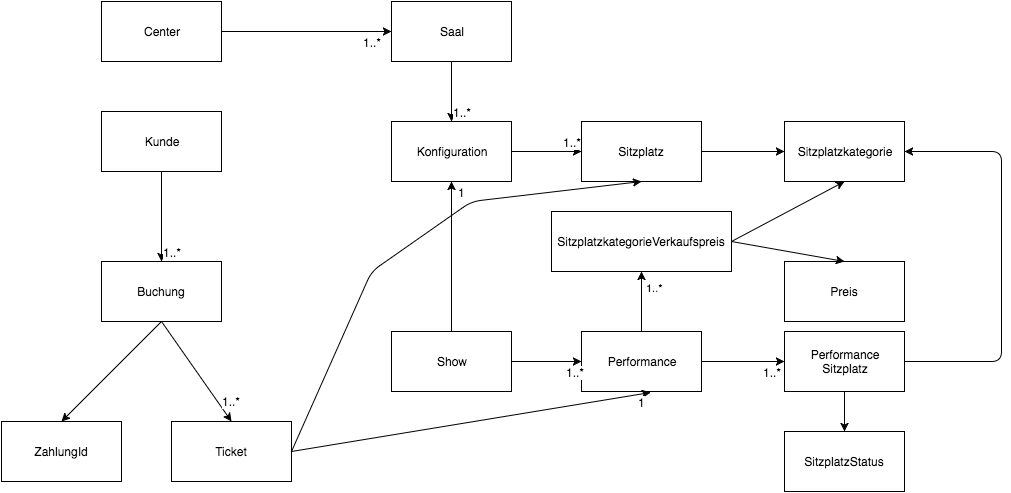
The draw.io diagram sad/src/docs/asciidoc/images/08_domainModel.png in ehmkah/cas_swa_sad, before a commit. Source tidied: cells renumbered, new cells last; positions are measured from the earlier drawing's top-left corner, leaving out a move shared by most shapes. The source it was exported from:
```xml
<mxGraphModel background="#ffffff">
  <root>
    <mxCell id="0" />
    <mxCell id="1" parent="0" />
    <mxCell id="2" value="Show" style="whiteSpace=wrap;html=1;" parent="1" vertex="1">
      <mxGeometry x="390" y="330" width="120" height="60" as="geometry" />
    </mxCell>
    <mxCell id="3" value="Performance" style="whiteSpace=wrap;html=1;" parent="1" vertex="1">
      <mxGeometry x="580" y="330" width="120" height="60" as="geometry" />
    </mxCell>
    <mxCell id="4" style="endArrow=classic;html=1;entryX=0;entryY=0.5;exitX=1;exitY=0.5;" parent="1" edge="1" source="2" target="3">
      <mxGeometry relative="1" as="geometry" />
    </mxCell>
    <mxCell id="5" value="1..*" style="text;html=1;align=center;verticalAlign=middle;labelBackgroundColor=#ffffff;" parent="4" vertex="1">
      <mxGeometry x="0.74" y="-4" relative="1" as="geometry">
        <mxPoint x="2" y="6" as="offset" />
      </mxGeometry>
    </mxCell>
    <mxCell id="6" value="Ticket" style="whiteSpace=wrap;html=1;" parent="1" vertex="1">
      <mxGeometry x="170" y="420" width="120" height="60" as="geometry" />
    </mxCell>
    <mxCell id="7" value="Kunde" style="whiteSpace=wrap;html=1;" parent="1" vertex="1">
      <mxGeometry x="100" y="110" width="120" height="60" as="geometry" />
    </mxCell>
    <mxCell id="8" value="Buchung" style="whiteSpace=wrap;html=1;" parent="1" vertex="1">
      <mxGeometry x="100" y="260" width="120" height="60" as="geometry" />
    </mxCell>
    <mxCell id="9" value="ZahlungId" style="whiteSpace=wrap;html=1;" parent="1" vertex="1">
      <mxGeometry y="420" width="120" height="60" as="geometry" />
    </mxCell>
    <mxCell id="10" value="Saal" style="whiteSpace=wrap;html=1;" parent="1" vertex="1">
      <mxGeometry x="390" width="120" height="60" as="geometry" />
    </mxCell>
    <mxCell id="11" value="Konfiguration" style="whiteSpace=wrap;html=1;" parent="1" vertex="1">
      <mxGeometry x="390" y="120" width="120" height="60" as="geometry" />
    </mxCell>
    <mxCell id="12" value="Sitzplatz" style="whiteSpace=wrap;html=1;" parent="1" vertex="1">
      <mxGeometry x="580" y="120" width="120" height="60" as="geometry" />
    </mxCell>
    <mxCell id="13" value="Preis" style="whiteSpace=wrap;html=1;" parent="1" vertex="1">
      <mxGeometry x="783" y="260" width="120" height="60" as="geometry" />
    </mxCell>
    <mxCell id="14" value="Performance&lt;div&gt;Sitzplatz&lt;/div&gt;" style="whiteSpace=wrap;html=1;" parent="1" vertex="1">
      <mxGeometry x="783" y="330" width="120" height="60" as="geometry" />
    </mxCell>
    <mxCell id="15" value="SitzplatzStatus" style="whiteSpace=wrap;html=1;" parent="1" vertex="1">
      <mxGeometry x="783" y="430" width="120" height="60" as="geometry" />
    </mxCell>
    <mxCell id="16" value="Sitzplatzkategorie" style="whiteSpace=wrap;html=1;" parent="1" vertex="1">
      <mxGeometry x="783" y="120" width="120" height="60" as="geometry" />
    </mxCell>
    <mxCell id="17" style="endArrow=classic;html=1;exitX=0.5;exitY=0;entryX=0.5;entryY=1;" parent="1" edge="1" source="2" target="11">
      <mxGeometry relative="1" as="geometry" />
    </mxCell>
    <mxCell id="18" value="1" style="text;html=1;align=center;verticalAlign=middle;labelBackgroundColor=#ffffff;" parent="17" vertex="1">
      <mxGeometry x="0.8" relative="1" as="geometry">
        <mxPoint x="10" y="-5" as="offset" />
      </mxGeometry>
    </mxCell>
    <mxCell id="19" style="endArrow=classic;html=1;entryX=0.5;entryY=0;exitX=0.5;exitY=1;" parent="1" edge="1" source="10" target="11">
      <mxGeometry relative="1" as="geometry" />
    </mxCell>
    <mxCell id="20" value="1..*" style="text;html=1;align=center;verticalAlign=middle;labelBackgroundColor=#ffffff;" parent="19" vertex="1">
      <mxGeometry x="0.6" relative="1" as="geometry">
        <mxPoint x="10" y="2" as="offset" />
      </mxGeometry>
    </mxCell>
    <mxCell id="21" value="Center" style="whiteSpace=wrap;html=1;" parent="1" vertex="1">
      <mxGeometry x="100" width="120" height="60" as="geometry" />
    </mxCell>
    <mxCell id="22" style="endArrow=classic;html=1;entryX=0;entryY=0.5;exitX=1;exitY=0.5;" parent="1" edge="1" source="21" target="10">
      <mxGeometry relative="1" as="geometry" />
    </mxCell>
    <mxCell id="23" value="1..*" style="text;html=1;align=center;verticalAlign=middle;labelBackgroundColor=#ffffff;" parent="22" vertex="1">
      <mxGeometry x="0.79" y="-2" relative="1" as="geometry">
        <mxPoint x="-2" y="8" as="offset" />
      </mxGeometry>
    </mxCell>
    <mxCell id="24" style="endArrow=classic;html=1;exitX=1;exitY=0.5;entryX=0;entryY=0.5;" parent="1" edge="1" source="11" target="12">
      <mxGeometry relative="1" as="geometry" />
    </mxCell>
    <mxCell id="25" value="1..*" style="text;html=1;align=center;verticalAlign=middle;labelBackgroundColor=#ffffff;" parent="24" vertex="1">
      <mxGeometry x="0.74" y="1" relative="1" as="geometry">
        <mxPoint x="-1" y="-9" as="offset" />
      </mxGeometry>
    </mxCell>
    <mxCell id="26" style="endArrow=classic;html=1;exitX=1;exitY=0.5;entryX=0;entryY=0.5;" parent="1" edge="1" source="12" target="16">
      <mxGeometry relative="1" as="geometry" />
    </mxCell>
    <mxCell id="27" style="endArrow=classic;html=1;entryX=0.5;entryY=0;exitX=0.5;exitY=1;" parent="1" edge="1" source="7" target="8">
      <mxGeometry relative="1" as="geometry" />
    </mxCell>
    <mxCell id="28" value="1..*" style="text;html=1;align=center;verticalAlign=middle;labelBackgroundColor=#ffffff;" parent="27" vertex="1">
      <mxGeometry x="0.78" y="2" relative="1" as="geometry">
        <mxPoint x="8" as="offset" />
      </mxGeometry>
    </mxCell>
    <mxCell id="29" style="endArrow=classic;html=1;entryX=0.5;entryY=0;exitX=0.5;exitY=1;" parent="1" edge="1" source="8" target="6">
      <mxGeometry relative="1" as="geometry" />
    </mxCell>
    <mxCell id="30" value="1..*" style="text;html=1;align=center;verticalAlign=middle;labelBackgroundColor=#ffffff;" parent="29" vertex="1">
      <mxGeometry x="0.51" y="1" relative="1" as="geometry">
        <mxPoint x="16" y="5" as="offset" />
      </mxGeometry>
    </mxCell>
    <mxCell id="31" style="endArrow=classic;html=1;exitX=0.5;exitY=1;entryX=0.5;entryY=0;" parent="1" edge="1" source="8" target="9">
      <mxGeometry relative="1" as="geometry" />
    </mxCell>
    <mxCell id="32" style="endArrow=classic;html=1;entryX=0.575;entryY=1.017;entryPerimeter=0;exitX=1;exitY=0.5;" parent="1" edge="1" source="6" target="3">
      <mxGeometry relative="1" as="geometry" />
    </mxCell>
    <mxCell id="33" value="1" style="text;html=1;align=center;verticalAlign=middle;labelBackgroundColor=#ffffff;" parent="32" vertex="1">
      <mxGeometry x="0.79" y="-1" relative="1" as="geometry">
        <mxPoint x="28" y="2" as="offset" />
      </mxGeometry>
    </mxCell>
    <mxCell id="34" style="endArrow=classic;html=1;exitX=0.5;exitY=1;entryX=0.5;entryY=0;" parent="1" edge="1" source="14" target="15">
      <mxGeometry relative="1" as="geometry" />
    </mxCell>
    <mxCell id="35" style="endArrow=classic;html=1;entryX=0;entryY=0.5;exitX=1;exitY=0.5;" parent="1" edge="1" source="3" target="14">
      <mxGeometry relative="1" as="geometry" />
    </mxCell>
    <mxCell id="36" value="1..*" style="text;html=1;align=center;verticalAlign=middle;labelBackgroundColor=#ffffff;" parent="35" vertex="1">
      <mxGeometry x="0.76" y="-2" relative="1" as="geometry">
        <mxPoint x="-3" y="8" as="offset" />
      </mxGeometry>
    </mxCell>
    <mxCell id="37" value="SitzplatzkategorieVerkaufspreis" style="whiteSpace=wrap;html=1;" parent="1" vertex="1">
      <mxGeometry x="550" y="210" width="180" height="60" as="geometry" />
    </mxCell>
    <mxCell id="38" style="endArrow=classic;html=1;entryX=0.5;entryY=0;exitX=1;exitY=0.5;" parent="1" edge="1" source="37" target="13">
      <mxGeometry relative="1" as="geometry" />
    </mxCell>
    <mxCell id="39" style="endArrow=classic;html=1;entryX=0.5;entryY=1;exitX=1;exitY=0.5;" parent="1" edge="1" source="37" target="16">
      <mxGeometry relative="1" as="geometry" />
    </mxCell>
    <mxCell id="40" value="1..*" style="endArrow=classic;html=1;exitX=0.5;exitY=0;entryX=0.5;entryY=1;" parent="1" edge="1" source="3" target="37">
      <mxGeometry x="0.47" y="-13" relative="1" as="geometry" />
    </mxCell>
    <mxCell id="41" style="endArrow=classic;html=1;exitX=1;exitY=0.5;entryX=0.5;entryY=1;" parent="1" edge="1" source="6" target="12">
      <mxGeometry relative="1" as="geometry">
        <Array as="points">
          <mxPoint x="370" y="270" />
          <mxPoint x="470" y="200" />
        </Array>
      </mxGeometry>
    </mxCell>
    <mxCell id="42" style="endArrow=classic;html=1;exitX=1;exitY=0.5;entryX=1;entryY=0.5;" parent="1" edge="1" source="14" target="16">
      <mxGeometry relative="1" as="geometry">
        <Array as="points">
          <mxPoint x="1000" y="360" />
          <mxPoint x="1000" y="150" />
        </Array>
      </mxGeometry>
    </mxCell>
  </root>
</mxGraphModel>
```
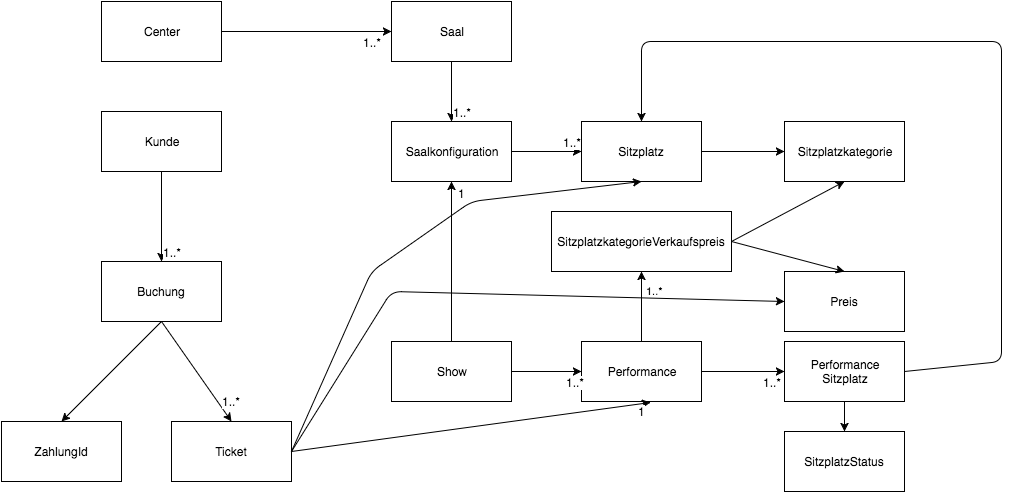
The same file after the commit.

Change to the diagram source:
```diff
@@ -3,10 +3,10 @@
     <mxCell id="0" />
     <mxCell id="1" parent="0" />
     <mxCell id="2" value="Show" style="whiteSpace=wrap;html=1;" parent="1" vertex="1">
-      <mxGeometry x="390" y="330" width="120" height="60" as="geometry" />
+      <mxGeometry x="390" y="340" width="120" height="60" as="geometry" />
     </mxCell>
     <mxCell id="3" value="Performance" style="whiteSpace=wrap;html=1;" parent="1" vertex="1">
-      <mxGeometry x="580" y="330" width="120" height="60" as="geometry" />
+      <mxGeometry x="580" y="340" width="120" height="60" as="geometry" />
     </mxCell>
     <mxCell id="4" style="endArrow=classic;html=1;entryX=0;entryY=0.5;exitX=1;exitY=0.5;" parent="1" edge="1" source="2" target="3">
       <mxGeometry relative="1" as="geometry" />
@@ -31,17 +31,17 @@
     <mxCell id="10" value="Saal" style="whiteSpace=wrap;html=1;" parent="1" vertex="1">
       <mxGeometry x="390" width="120" height="60" as="geometry" />
     </mxCell>
-    <mxCell id="11" value="Konfiguration" style="whiteSpace=wrap;html=1;" parent="1" vertex="1">
+    <mxCell id="11" value="Saalkonfiguration" style="whiteSpace=wrap;html=1;" parent="1" vertex="1">
       <mxGeometry x="390" y="120" width="120" height="60" as="geometry" />
     </mxCell>
     <mxCell id="12" value="Sitzplatz" style="whiteSpace=wrap;html=1;" parent="1" vertex="1">
       <mxGeometry x="580" y="120" width="120" height="60" as="geometry" />
     </mxCell>
     <mxCell id="13" value="Preis" style="whiteSpace=wrap;html=1;" parent="1" vertex="1">
-      <mxGeometry x="783" y="260" width="120" height="60" as="geometry" />
+      <mxGeometry x="783" y="270" width="120" height="60" as="geometry" />
     </mxCell>
     <mxCell id="14" value="Performance&lt;div&gt;Sitzplatz&lt;/div&gt;" style="whiteSpace=wrap;html=1;" parent="1" vertex="1">
-      <mxGeometry x="783" y="330" width="120" height="60" as="geometry" />
+      <mxGeometry x="783" y="340" width="120" height="60" as="geometry" />
     </mxCell>
     <mxCell id="15" value="SitzplatzStatus" style="whiteSpace=wrap;html=1;" parent="1" vertex="1">
       <mxGeometry x="783" y="430" width="120" height="60" as="geometry" />
@@ -145,13 +145,21 @@
         </Array>
       </mxGeometry>
     </mxCell>
-    <mxCell id="42" style="endArrow=classic;html=1;exitX=1;exitY=0.5;entryX=1;entryY=0.5;" parent="1" edge="1" source="14" target="16">
+    <mxCell id="42" style="endArrow=classic;html=1;exitX=1;exitY=0.5;entryX=0.5;entryY=0;" parent="1" edge="1" source="14" target="12">
       <mxGeometry relative="1" as="geometry">
         <Array as="points">
           <mxPoint x="1000" y="360" />
-          <mxPoint x="1000" y="150" />
+          <mxPoint x="1000" y="40" />
+          <mxPoint x="640" y="40" />
         </Array>
       </mxGeometry>
     </mxCell>
+    <mxCell id="43" style="endArrow=classic;html=1;exitX=1;exitY=0.5;entryX=0;entryY=0.5;" parent="1" edge="1" source="6" target="13">
+      <mxGeometry relative="1" as="geometry">
+        <Array as="points">
+          <mxPoint x="390" y="290" />
+        </Array>
+      </mxGeometry>
+    </mxCell>
   </root>
 </mxGraphModel>
```
